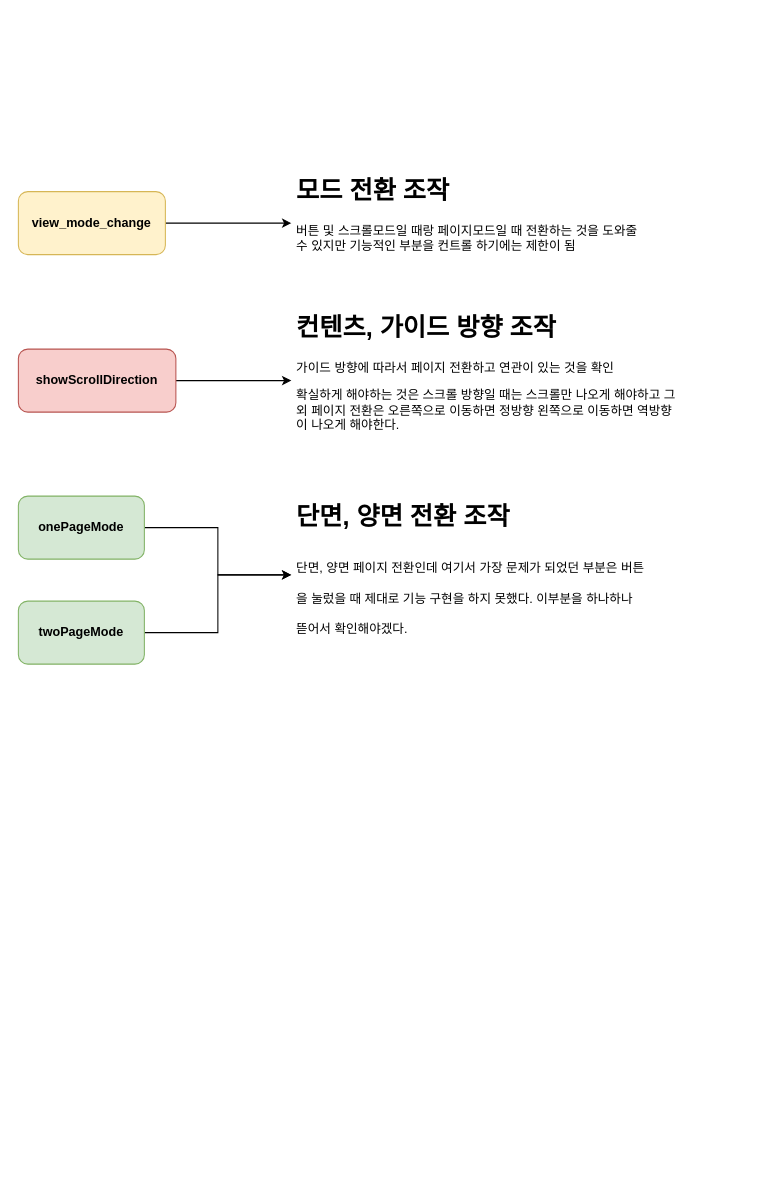
Before: Untitled Diagram.drawio in junhee916/blog_update_20210612, a draw.io diagram. Source tidied: cells renumbered, new cells numbered last; positions are measured from the earlier drawing's top-left corner, leaving out a move shared by most shapes. Both pictures are drawn from the tidied source at 105%, with x=0, y=0 at pixel (18, 170).
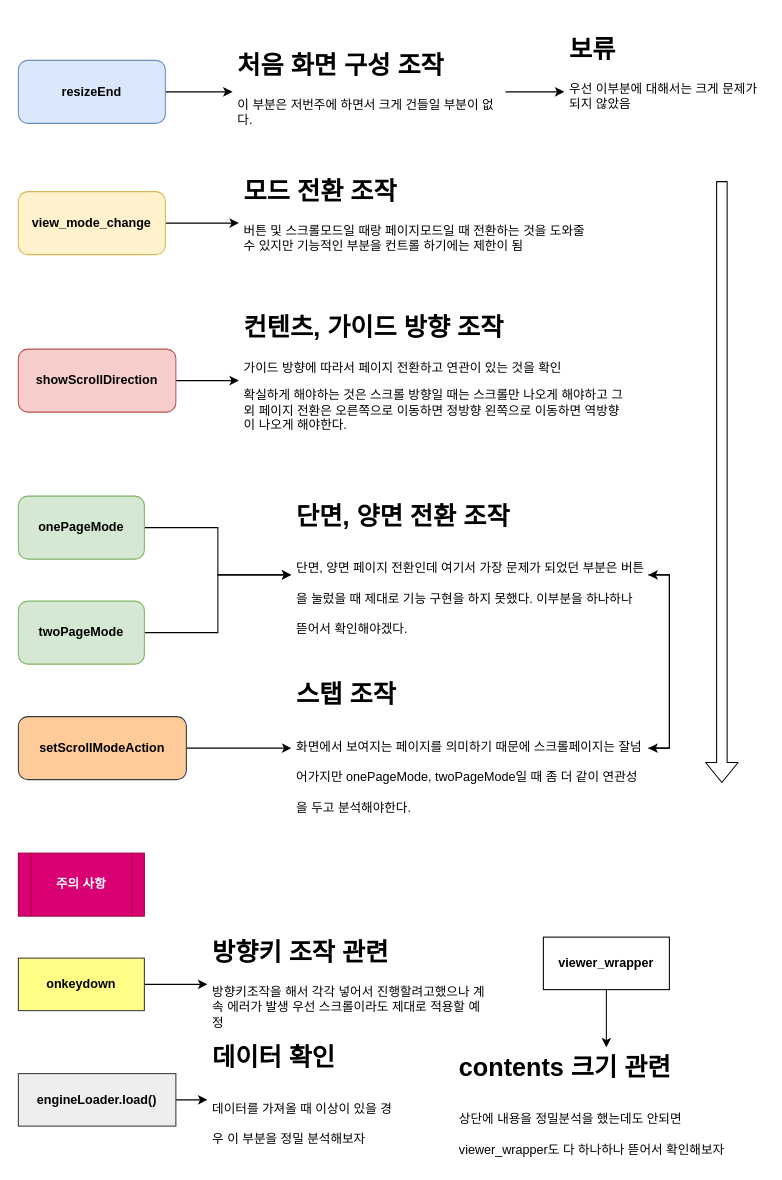
The same diagram, later.

The change refers to these unchanged cells:
```xml
<mxCell id="12" value="&lt;h1&gt;&lt;span&gt;단면, 양면 전환 조작&lt;/span&gt;&lt;/h1&gt;&lt;h1&gt;&lt;span style=&quot;font-size: 12px ; font-weight: 400&quot;&gt;단면, 양면 페이지 전환인데 여기서 가장 문제가 되었던 부분은 버튼을 눌렀을 때 제대로 기능 구현을 하지 못했다. 이부분을 하나하나 뜯어서 확인해야겠다.&lt;/span&gt;&lt;/h1&gt;" style="text;html=1;strokeColor=none;fillColor=none;spacing=5;spacingTop=-20;whiteSpace=wrap;overflow=hidden;rounded=0;" parent="1" vertex="1">
  <mxGeometry x="260" y="310" width="340" height="150" as="geometry" />
</mxCell>
```

Change to the diagram source:
```diff
@@
     <mxCell id="4" value="&lt;h1&gt;컨텐츠, 가이드 방향 조작&amp;nbsp;&lt;/h1&gt;&lt;p&gt;가이드 방향에 따라서 페이지 전환하고 연관이 있는 것을 확인&amp;nbsp;&lt;/p&gt;&lt;p&gt;확실하게 해야하는 것은 스크롤 방향일 때는 스크롤만 나오게 해야하고 그 외 페이지 전환은 오른쪽으로 이동하면 정방향 왼쪽으로 이동하면 역방향이 나오게 해야한다.&amp;nbsp;&lt;/p&gt;" style="text;html=1;strokeColor=none;fillColor=none;spacing=5;spacingTop=-20;whiteSpace=wrap;overflow=hidden;rounded=0;" parent="1" vertex="1">
-      <mxGeometry x="260" y="130" width="370" height="140" as="geometry" />
+      <mxGeometry x="210" y="130" width="370" height="140" as="geometry" />
     </mxCell>
@@
     <mxCell id="7" value="&lt;h1&gt;모드 전환 조작&lt;/h1&gt;&lt;p&gt;버튼 및 스크롤모드일 때랑 페이지모드일 때 전환하는 것을 도와줄 수 있지만 기능적인 부분을 컨트롤 하기에는 제한이 됨&amp;nbsp;&lt;/p&gt;" style="text;html=1;strokeColor=none;fillColor=none;spacing=5;spacingTop=-20;whiteSpace=wrap;overflow=hidden;rounded=0;" parent="1" vertex="1">
-      <mxGeometry x="260" width="340" height="100" as="geometry" />
+      <mxGeometry x="210" width="340" height="100" as="geometry" />
     </mxCell>
@@
+    <mxCell id="13" style="edgeStyle=orthogonalEdgeStyle;rounded=0;jettySize=auto;html=1;entryX=1;entryY=0.5;entryDx=0;entryDy=0;" parent="1" edge="1" source="12" target="25">
+      <mxGeometry relative="1" as="geometry">
+        <Array as="points">
+          <mxPoint x="620" y="385" />
+          <mxPoint x="620" y="550" />
+        </Array>
+      </mxGeometry>
+    </mxCell>
@@
+    <mxCell id="14" style="edgeStyle=orthogonalEdgeStyle;rounded=0;jettySize=auto;html=1;" parent="1" edge="1" source="15" target="17">
+      <mxGeometry relative="1" as="geometry" />
+    </mxCell>
+    <mxCell id="15" value="&lt;b&gt;resizeEnd&lt;/b&gt;" style="rounded=1;whiteSpace=wrap;html=1;fillColor=#dae8fc;strokeColor=#6c8ebf;" parent="1" vertex="1">
+      <mxGeometry y="-105" width="140" height="60" as="geometry" />
+    </mxCell>
+    <mxCell id="16" style="edgeStyle=orthogonalEdgeStyle;rounded=0;jettySize=auto;html=1;entryX=0;entryY=0.5;entryDx=0;entryDy=0;" parent="1" edge="1" source="17" target="29">
+      <mxGeometry relative="1" as="geometry" />
+    </mxCell>
+    <mxCell id="17" value="&lt;h1&gt;처음 화면 구성 조작&lt;/h1&gt;&lt;p&gt;이 부분은 저번주에 하면서 크게 건들일 부분이 없다.&amp;nbsp;&lt;/p&gt;" style="text;html=1;strokeColor=none;fillColor=none;spacing=5;spacingTop=-20;whiteSpace=wrap;overflow=hidden;rounded=0;" parent="1" vertex="1">
+      <mxGeometry x="204" y="-120" width="260" height="90" as="geometry" />
+    </mxCell>
+    <mxCell id="18" value="&lt;b&gt;주의 사항&lt;/b&gt;" style="shape=process;whiteSpace=wrap;html=1;backgroundOutline=1;fillColor=#d80073;strokeColor=#A50040;fontColor=#ffffff;" parent="1" vertex="1">
+      <mxGeometry y="650" width="120" height="60" as="geometry" />
+    </mxCell>
+    <mxCell id="19" style="edgeStyle=orthogonalEdgeStyle;rounded=0;jettySize=auto;html=1;entryX=0;entryY=0.5;entryDx=0;entryDy=0;" parent="1" edge="1" source="20" target="21">
+      <mxGeometry relative="1" as="geometry" />
+    </mxCell>
+    <mxCell id="20" value="&lt;b&gt;onkeydown&lt;/b&gt;" style="rounded=0;whiteSpace=wrap;html=1;fillColor=#ffff88;strokeColor=#36393d;" parent="1" vertex="1">
+      <mxGeometry y="750" width="120" height="50" as="geometry" />
+    </mxCell>
+    <mxCell id="21" value="&lt;h1&gt;방향키 조작 관련&lt;/h1&gt;&lt;p&gt;방향키조작을 해서 각각 넣어서 진행할려고했으나 계속 에러가 발생 우선 스크롤이라도 제대로 적용할 예정&amp;nbsp;&lt;/p&gt;" style="text;html=1;strokeColor=none;fillColor=none;spacing=5;spacingTop=-20;whiteSpace=wrap;overflow=hidden;rounded=0;" parent="1" vertex="1">
+      <mxGeometry x="180" y="725" width="270" height="100" as="geometry" />
+    </mxCell>
+    <mxCell id="22" style="edgeStyle=orthogonalEdgeStyle;rounded=0;jettySize=auto;html=1;" parent="1" edge="1" source="23" target="25">
+      <mxGeometry relative="1" as="geometry" />
+    </mxCell>
+    <mxCell id="23" value="&lt;b&gt;setScrollModeAction&lt;/b&gt;" style="rounded=1;whiteSpace=wrap;html=1;fillColor=#ffcc99;strokeColor=#36393d;" parent="1" vertex="1">
+      <mxGeometry y="520" width="160" height="60" as="geometry" />
+    </mxCell>
+    <mxCell id="24" style="edgeStyle=orthogonalEdgeStyle;rounded=0;jettySize=auto;html=1;entryX=1;entryY=0.5;entryDx=0;entryDy=0;" parent="1" edge="1" source="25" target="12">
+      <mxGeometry relative="1" as="geometry">
+        <Array as="points">
+          <mxPoint x="620" y="550" />
+          <mxPoint x="620" y="385" />
+        </Array>
+      </mxGeometry>
+    </mxCell>
+    <mxCell id="25" value="&lt;h1&gt;&lt;span&gt;스탭 조작&lt;/span&gt;&lt;/h1&gt;&lt;h1&gt;&lt;span style=&quot;font-size: 12px ; font-weight: 400&quot;&gt;화면에서 보여지는 페이지를 의미하기 때문에 스크롤페이지는 잘넘어가지만 onePageMode, twoPageMode일 때 좀 더 같이 연관성을 두고 분석해야한다.&amp;nbsp;&lt;/span&gt;&lt;/h1&gt;" style="text;html=1;strokeColor=none;fillColor=none;spacing=5;spacingTop=-20;whiteSpace=wrap;overflow=hidden;rounded=0;" parent="1" vertex="1">
+      <mxGeometry x="260" y="480" width="340" height="140" as="geometry" />
+    </mxCell>
+    <mxCell id="26" style="edgeStyle=orthogonalEdgeStyle;rounded=0;jettySize=auto;html=1;entryX=0;entryY=0.5;entryDx=0;entryDy=0;" parent="1" edge="1" source="27" target="28">
+      <mxGeometry relative="1" as="geometry" />
+    </mxCell>
+    <mxCell id="27" value="&lt;b&gt;engineLoader.load()&lt;/b&gt;" style="rounded=0;whiteSpace=wrap;html=1;fillColor=#eeeeee;strokeColor=#36393d;" parent="1" vertex="1">
+      <mxGeometry y="860" width="150" height="50" as="geometry" />
+    </mxCell>
+    <mxCell id="28" value="&lt;h1&gt;&lt;span&gt;데이터 확인&lt;/span&gt;&lt;/h1&gt;&lt;h1&gt;&lt;span style=&quot;font-size: 12px ; font-weight: 400&quot;&gt;데이터를 가져올 때 이상이 있을 경우 이 부분을 정밀 분석해보자&amp;nbsp;&lt;/span&gt;&lt;/h1&gt;" style="text;html=1;strokeColor=none;fillColor=none;spacing=5;spacingTop=-20;whiteSpace=wrap;overflow=hidden;rounded=0;" parent="1" vertex="1">
+      <mxGeometry x="180" y="825" width="190" height="120" as="geometry" />
+    </mxCell>
+    <mxCell id="29" value="&lt;h1&gt;보류&amp;nbsp;&lt;/h1&gt;&lt;p&gt;우선 이부분에 대해서는 크게 문제가 되지 않았음&amp;nbsp;&lt;/p&gt;" style="text;html=1;strokeColor=none;fillColor=none;spacing=5;spacingTop=-20;whiteSpace=wrap;overflow=hidden;rounded=0;" parent="1" vertex="1">
+      <mxGeometry x="520" y="-135" width="190" height="120" as="geometry" />
+    </mxCell>
+    <mxCell id="30" style="shape=flexArrow;endArrow=classic;html=1;" parent="1" edge="1">
+      <mxGeometry relative="1" as="geometry">
+        <mxPoint x="670" y="10" as="sourcePoint" />
+        <mxPoint x="670" y="583.2" as="targetPoint" />
+      </mxGeometry>
+    </mxCell>
+    <mxCell id="31" style="edgeStyle=orthogonalEdgeStyle;rounded=0;jettySize=auto;html=1;" parent="1" edge="1" source="32" target="33">
+      <mxGeometry relative="1" as="geometry" />
+    </mxCell>
+    <mxCell id="32" value="&lt;b&gt;viewer_wrapper&lt;/b&gt;" style="rounded=0;whiteSpace=wrap;html=1;" parent="1" vertex="1">
+      <mxGeometry x="500" y="730" width="120" height="50" as="geometry" />
+    </mxCell>
+    <mxCell id="33" value="&lt;h1&gt;&lt;span&gt;contents 크기 관련&lt;/span&gt;&lt;/h1&gt;&lt;h1&gt;&lt;span style=&quot;font-size: 12px ; font-weight: 400&quot;&gt;상단에 내용을 정밀분석을 했는데도 안되면 viewer_wrapper도 다 하나하나 뜯어서 확인해보자&amp;nbsp;&lt;/span&gt;&lt;/h1&gt;" style="text;html=1;strokeColor=none;fillColor=none;spacing=5;spacingTop=-20;whiteSpace=wrap;overflow=hidden;rounded=0;" parent="1" vertex="1">
+      <mxGeometry x="415" y="835" width="290" height="110" as="geometry" />
+    </mxCell>
```
